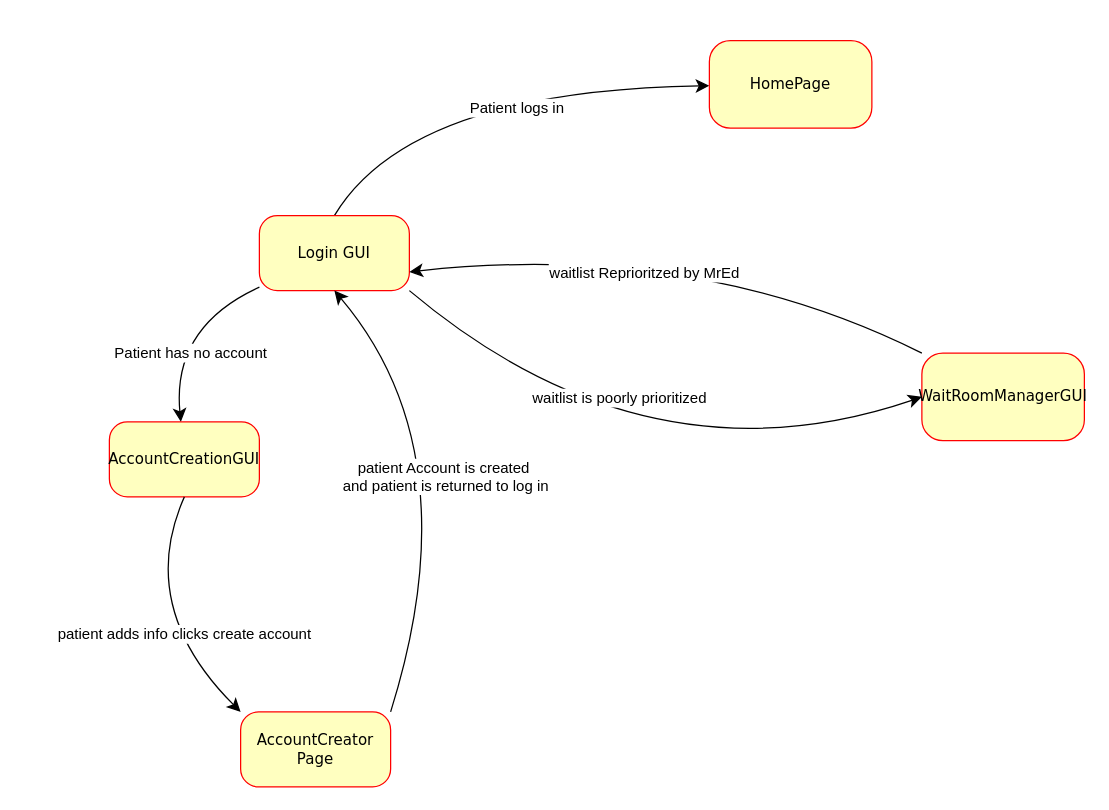
Above: EliorWork/PatienLogin_SMD.drawio in SENG-350-2024-fall/Team9 (draw.io), before the change. Source tidied: cells renumbered, new cells numbered last; positions are measured from the earlier drawing's top-left corner, leaving out a move shared by most shapes. Both pictures are drawn from the tidied source at 125%, with x=0, y=0 at pixel (109, 40).
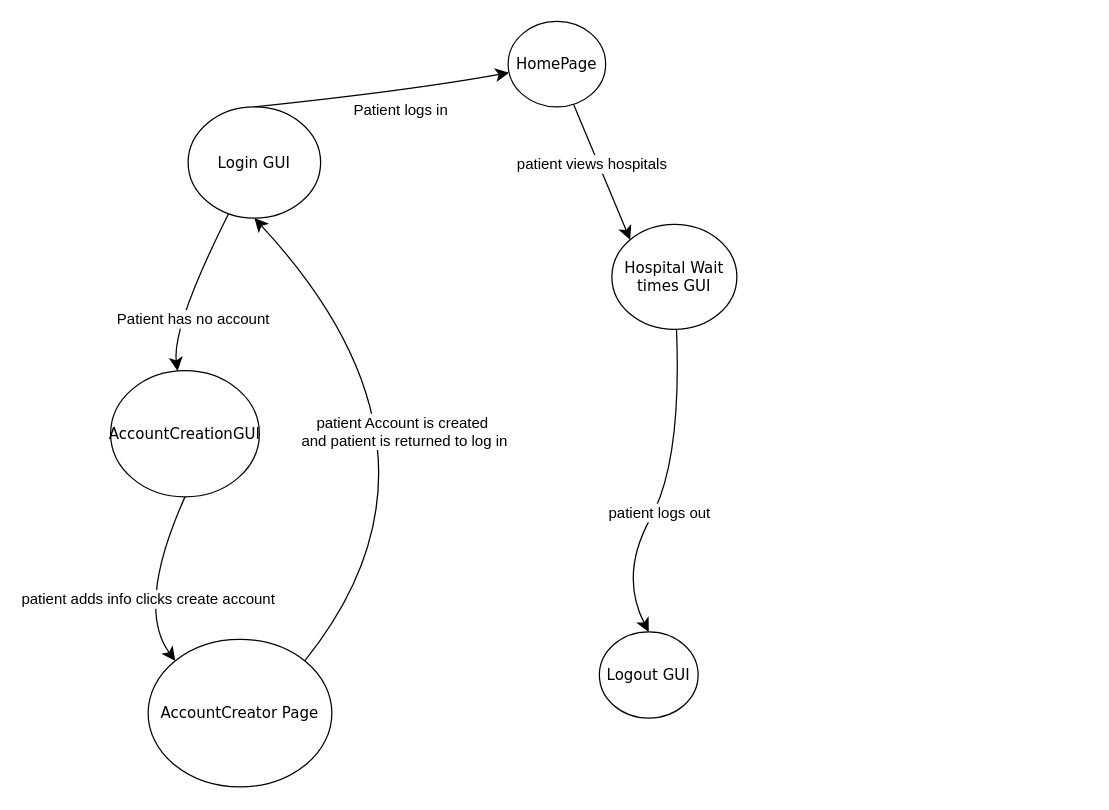
The same page after the edit.

Diff of the diagram source:
```diff
@@
-    <mxCell id="6" value="Login GUI" style="rounded=1;whiteSpace=wrap;html=1;arcSize=24;fillColor=#ffffc0;strokeColor=#ff0000;shadow=0;comic=0;labelBackgroundColor=none;fontFamily=Verdana;fontSize=12;fontColor=#000000;align=center;" parent="1" vertex="1">
-      <mxGeometry x="120" y="140" width="120" height="60" as="geometry" />
+    <mxCell id="6" value="Login GUI" style="rounded=1;whiteSpace=wrap;html=1;arcSize=24;shadow=0;comic=0;labelBackgroundColor=none;fontFamily=Verdana;fontSize=12;align=center;shape=ellipse;perimeter=ellipsePerimeter;" parent="1" vertex="1">
+      <mxGeometry x="63" y="53" width="106" height="89" as="geometry" />
     </mxCell>
-    <mxCell id="7" style="edgeStyle=none;curved=1;rounded=0;jettySize=auto;html=1;exitX=0;exitY=0;exitDx=0;exitDy=0;entryX=1;entryY=0.75;entryDx=0;entryDy=0;fontSize=12;startSize=8;endSize=8;" parent="1" edge="1" source="9" target="6">
-      <mxGeometry relative="1" as="geometry">
-        <Array as="points">
-          <mxPoint x="470" y="160" />
-        </Array>
-      </mxGeometry>
-    </mxCell>
-    <mxCell id="8" value="waitlist Reprioritzed by MrEd" style="edgeLabel;html=1;align=center;verticalAlign=middle;fontSize=12;" parent="7" vertex="1">
-      <mxGeometry x="0.14" y="21" relative="1" as="geometry">
-        <mxPoint x="1" as="offset" />
-      </mxGeometry>
-    </mxCell>
-    <mxCell id="9" value="WaitRoomManagerGUI" style="rounded=1;whiteSpace=wrap;html=1;arcSize=24;fillColor=#ffffc0;strokeColor=#ff0000;shadow=0;comic=0;labelBackgroundColor=none;fontFamily=Verdana;fontSize=12;fontColor=#000000;align=center;" parent="1" vertex="1">
-      <mxGeometry x="650" y="250" width="130" height="70" as="geometry" />
-    </mxCell>
-    <mxCell id="10" value="AccountCreator Page" style="rounded=1;whiteSpace=wrap;html=1;arcSize=24;fillColor=#ffffc0;strokeColor=#ff0000;shadow=0;comic=0;labelBackgroundColor=none;fontFamily=Verdana;fontSize=12;fontColor=#000000;align=center;" parent="1" vertex="1">
-      <mxGeometry x="105" y="537" width="120" height="60" as="geometry" />
+    <mxCell id="10" value="AccountCreator Page" style="rounded=1;whiteSpace=wrap;html=1;arcSize=24;shadow=0;comic=0;labelBackgroundColor=none;fontFamily=Verdana;fontSize=12;align=center;shape=ellipse;perimeter=ellipsePerimeter;" parent="1" vertex="1">
+      <mxGeometry x="31" y="479" width="147" height="118" as="geometry" />
     </mxCell>
+    <mxCell id="19" style="edgeStyle=none;curved=1;rounded=0;jettySize=auto;html=1;fontSize=12;startSize=8;endSize=8;entryX=0;entryY=0;entryDx=0;entryDy=0;" parent="1" edge="1" source="11" target="22">
+      <mxGeometry relative="1" as="geometry" />
+    </mxCell>
+    <mxCell id="20" value="patient views hospitals" style="edgeLabel;html=1;align=center;verticalAlign=middle;fontSize=12;" parent="19" vertex="1">
+      <mxGeometry x="-0.15" y="-4" relative="1" as="geometry">
+        <mxPoint x="-1" as="offset" />
+      </mxGeometry>
+    </mxCell>
-    <mxCell id="11" value="HomePage" style="rounded=1;whiteSpace=wrap;html=1;arcSize=24;fillColor=#ffffc0;strokeColor=#ff0000;shadow=0;comic=0;labelBackgroundColor=none;fontFamily=Verdana;fontSize=12;fontColor=#000000;align=center;" parent="1" vertex="1">
-      <mxGeometry x="480" width="130" height="70" as="geometry" />
+    <mxCell id="11" value="HomePage" style="rounded=1;whiteSpace=wrap;html=1;arcSize=24;shadow=0;comic=0;labelBackgroundColor=none;fontFamily=Verdana;fontSize=12;align=center;shape=ellipse;perimeter=ellipsePerimeter;" parent="1" vertex="1">
+      <mxGeometry x="319" y="-15.4" width="78" height="68.4" as="geometry" />
     </mxCell>
-    <mxCell id="12" style="edgeStyle=none;jettySize=auto;html=1;rounded=0;fontSize=12;startSize=8;endSize=8;curved=1;exitX=1;exitY=1;exitDx=0;exitDy=0;entryX=0;entryY=0.5;entryDx=0;entryDy=0;" parent="1" edge="1" source="6" target="9">
-      <mxGeometry relative="1" as="geometry">
-        <Array as="points">
-          <mxPoint x="430" y="360" />
-        </Array>
-      </mxGeometry>
-    </mxCell>
-    <mxCell id="13" value="waitlist is poorly prioritized" style="edgeLabel;html=1;align=center;verticalAlign=middle;fontSize=12;" parent="12" vertex="1">
-      <mxGeometry x="-0.24" y="42" relative="1" as="geometry" />
-    </mxCell>
@@
-    <mxCell id="16" value="AccountCreationGUI" style="rounded=1;whiteSpace=wrap;html=1;arcSize=24;fillColor=#ffffc0;strokeColor=#ff0000;shadow=0;comic=0;labelBackgroundColor=none;fontFamily=Verdana;fontSize=12;fontColor=#000000;align=center;" parent="1" vertex="1">
-      <mxGeometry y="305" width="120" height="60" as="geometry" />
+    <mxCell id="16" value="AccountCreationGUI" style="rounded=1;whiteSpace=wrap;html=1;arcSize=24;shadow=0;comic=0;labelBackgroundColor=none;fontFamily=Verdana;fontSize=12;align=center;shape=ellipse;perimeter=ellipsePerimeter;" parent="1" vertex="1">
+      <mxGeometry x="1" y="264" width="119" height="101" as="geometry" />
     </mxCell>
@@
+    <mxCell id="21" value="patient logs out" style="edgeStyle=none;curved=1;rounded=0;jettySize=auto;html=1;fontSize=12;startSize=8;endSize=8;entryX=0.5;entryY=0;entryDx=0;entryDy=0;" parent="1" edge="1" source="22" target="23">
+      <mxGeometry x="0.16" y="4" relative="1" as="geometry">
+        <Array as="points">
+          <mxPoint x="458" y="337" />
+          <mxPoint x="408" y="427" />
+        </Array>
+      </mxGeometry>
+    </mxCell>
+    <mxCell id="22" value="Hospital Wait times GUI" style="rounded=1;whiteSpace=wrap;html=1;arcSize=24;shadow=0;comic=0;labelBackgroundColor=none;fontFamily=Verdana;fontSize=12;align=center;shape=ellipse;perimeter=ellipsePerimeter;" parent="1" vertex="1">
+      <mxGeometry x="402" y="147" width="100" height="84" as="geometry" />
+    </mxCell>
+    <mxCell id="23" value="Logout GUI" style="rounded=1;whiteSpace=wrap;html=1;arcSize=24;shadow=0;comic=0;labelBackgroundColor=none;fontFamily=Verdana;fontSize=12;align=center;shape=ellipse;perimeter=ellipsePerimeter;" parent="1" vertex="1">
+      <mxGeometry x="392" y="473" width="79" height="69" as="geometry" />
+    </mxCell>
```
